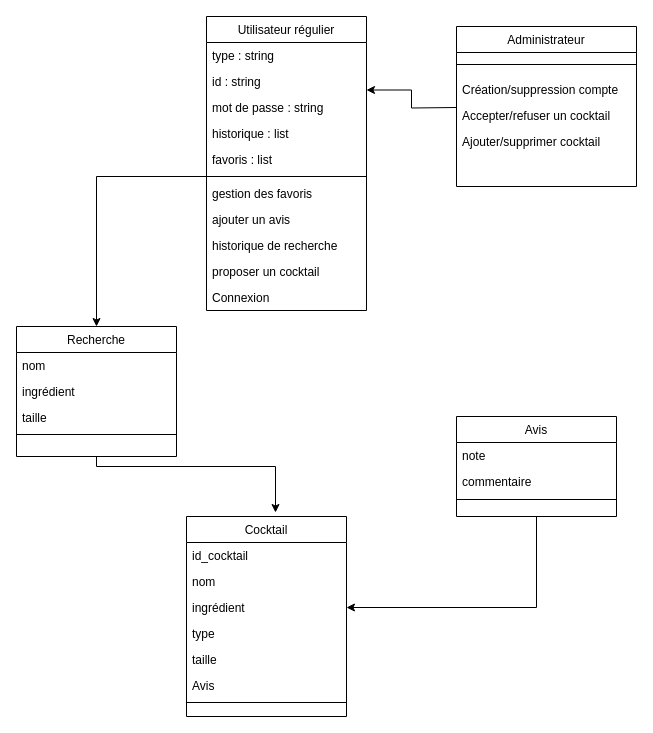
Earlier version of the draw.io diagram Diagram classe.drawio (id1617/ProjetInfo2A). Source tidied: cells renumbered, new cells numbered last; positions are measured from the earlier drawing's top-left corner, leaving out a move shared by most shapes. Both pictures are drawn from the tidied source at 100%, with x=0, y=0 at pixel (16, 16).
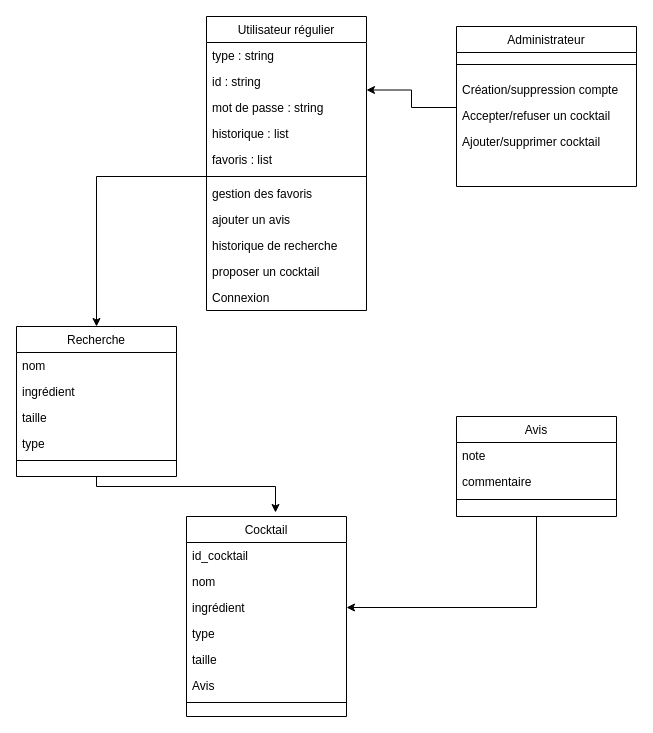
The same page after the edit.

The change refers to these unchanged cells:
```xml
<mxCell id="9" value="Utilisateur régulier" style="swimlane;fontStyle=0;align=center;verticalAlign=top;horizontal=1;startSize=26;rounded=0;shadow=0;strokeWidth=1;" parent="1" vertex="1">
  <mxGeometry x="190" width="160" height="294" as="geometry" />
</mxCell>
```

Diff of the diagram source:
```diff
@@
     <mxCell id="7" style="edgeStyle=orthogonalEdgeStyle;rounded=0;jettySize=auto;html=1;entryX=1;entryY=0.25;entryDx=0;entryDy=0;" parent="1" edge="1" target="9">
       <mxGeometry relative="1" as="geometry">
         <mxPoint x="440" y="91" as="sourcePoint" />
+        <Array as="points">
+          <mxPoint x="395" y="91" />
+          <mxPoint x="395" y="74" />
+        </Array>
       </mxGeometry>
     </mxCell>
@@
     <mxCell id="21" style="edgeStyle=orthogonalEdgeStyle;rounded=0;jettySize=auto;html=1;exitX=0.5;exitY=1;exitDx=0;exitDy=0;" parent="1" edge="1" source="35">
       <mxGeometry relative="1" as="geometry">
         <mxPoint x="259" y="496" as="targetPoint" />
         <Array as="points">
-          <mxPoint x="80" y="450" />
-          <mxPoint x="259" y="450" />
+          <mxPoint x="80" y="470" />
+          <mxPoint x="259" y="470" />
         </Array>
       </mxGeometry>
     </mxCell>
@@
     <mxCell id="35" value="Recherche" style="swimlane;fontStyle=0;align=center;verticalAlign=top;horizontal=1;startSize=26;rounded=0;shadow=0;strokeWidth=1;" parent="1" vertex="1">
-      <mxGeometry y="310" width="160" height="130" as="geometry" />
+      <mxGeometry y="310" width="160" height="150" as="geometry" />
     </mxCell>
@@
+    <mxCell id="40" value="type" style="text;align=left;verticalAlign=top;spacingLeft=4;spacingRight=4;overflow=hidden;" parent="35" vertex="1">
+      <mxGeometry y="104" width="160" height="26" as="geometry" />
+    </mxCell>
     <mxCell id="39" style="line;html=1;strokeWidth=1;align=left;verticalAlign=middle;spacingTop=-1;spacingLeft=3;spacingRight=3;labelPosition=right;" parent="35" vertex="1">
-      <mxGeometry y="104" width="160" height="8" as="geometry" />
+      <mxGeometry y="130" width="160" height="8" as="geometry" />
     </mxCell>
```
